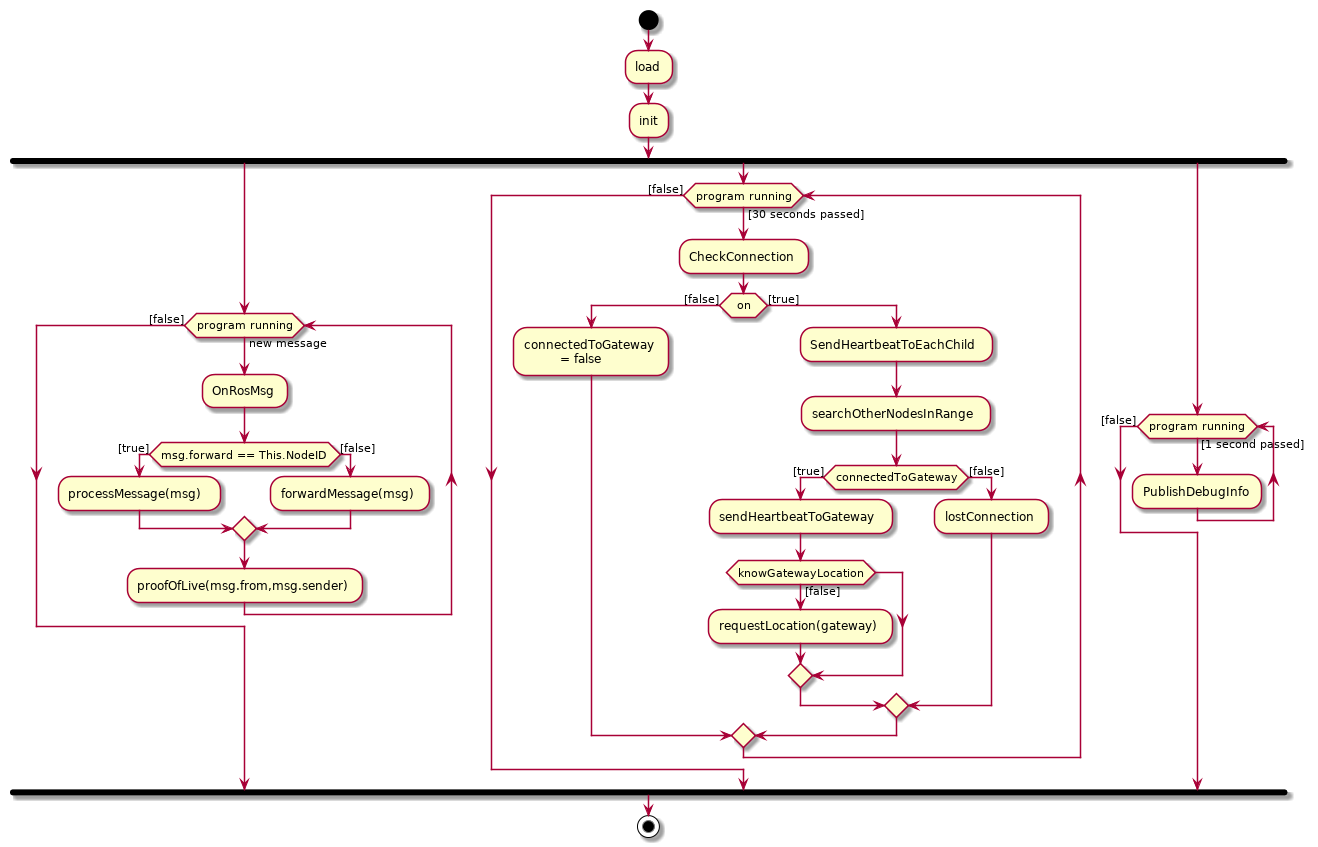
Above: Docs/DesignDocumenten/UML/out/Communication/activity/MeshRouter/MeshRouter.png in mauriceberentsen/Automated-Drone-Distribution-Network (PlantUML), before the change. Its diagram source:
```plantuml
@startuml
|MeshComponent|
start
:load;
:init;
fork
	while (program running) is (new message)
	:OnRosMsg;
    if(msg.forward == This.NodeID) then([true])
    	:processMessage(msg);
    else([false])
    	:forwardMessage(msg);
	endif
	:proofOfLive(msg.from,msg.sender);
    endwhile ([false])
fork again
	while (program running) is ([30 seconds passed])
	:CheckConnection;
    if(on) then ([false])
    :connectedToGateway\n\t = false;
    else ([true])
    :SendHeartbeatToEachChild;
    :searchOtherNodesInRange;
    if(connectedToGateway) then([true])
    :sendHeartbeatToGateway;
    	if(knowGatewayLocation) then ([false])
        :requestLocation(gateway);
        endif
    else ([false])
    :lostConnection;
    endif
    endif
    endwhile ([false])
fork again
	while (program running) is ([1 second passed])
	:PublishDebugInfo;
    endwhile ([false])
end fork
stop
@enduml
```
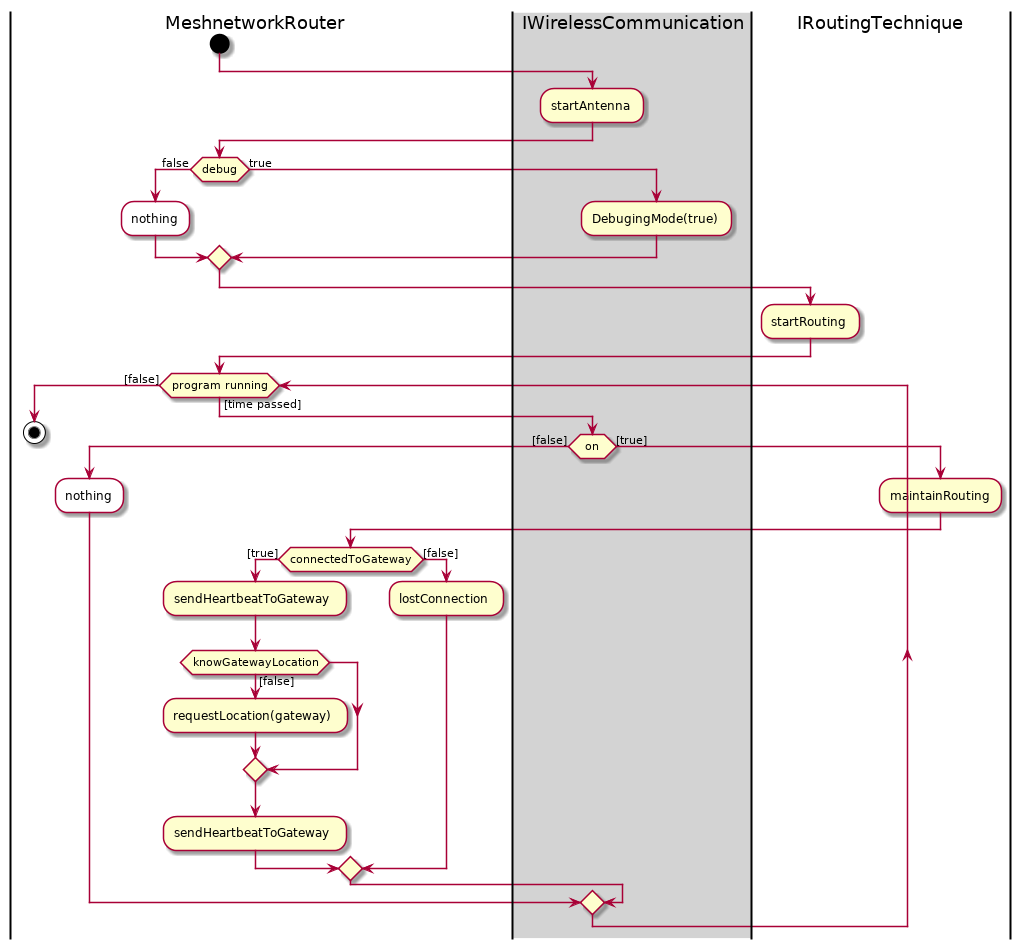
After the change.

What changed in the source:
```diff
@@ -1,40 +1,39 @@
 @startuml
-|MeshComponent|
+|MeshnetworkRouter|
 start
-:load;
-:init;
-fork
-	while (program running) is (new message)
-	:OnRosMsg;
-    if(msg.forward == This.NodeID) then([true])
-    	:processMessage(msg);
-    else([false])
-    	:forwardMessage(msg);
-	endif
-	:proofOfLive(msg.from,msg.sender);
-    endwhile ([false])
-fork again
-	while (program running) is ([30 seconds passed])
-	:CheckConnection;
+|IWirelessCommunication|
+:startAntenna;
+|MeshnetworkRouter|
+if(debug) then (false)
+#white:nothing;
+else(true)
+|#lightgrey|IWirelessCommunication|
+:DebugingMode(true);
+|MeshnetworkRouter|
+endif
+|IRoutingTechnique|
+:startRouting;
+|MeshnetworkRouter|
+	while (program running) is ([time passed])
+|IWirelessCommunication|
+
     if(on) then ([false])
-    :connectedToGateway\n\t = false;
+|MeshnetworkRouter|
+#white:nothing;
     else ([true])
-    :SendHeartbeatToEachChild;
-    :searchOtherNodesInRange;
+    |IRoutingTechnique|
+    :maintainRouting;
+    |MeshnetworkRouter|
     if(connectedToGateway) then([true])
     :sendHeartbeatToGateway;
     	if(knowGatewayLocation) then ([false])
         :requestLocation(gateway);
         endif
+        :sendHeartbeatToGateway;
     else ([false])
     :lostConnection;
     endif
     endif
     endwhile ([false])
-fork again
-	while (program running) is ([1 second passed])
-	:PublishDebugInfo;
-    endwhile ([false])
-end fork
 stop
 @enduml
```
